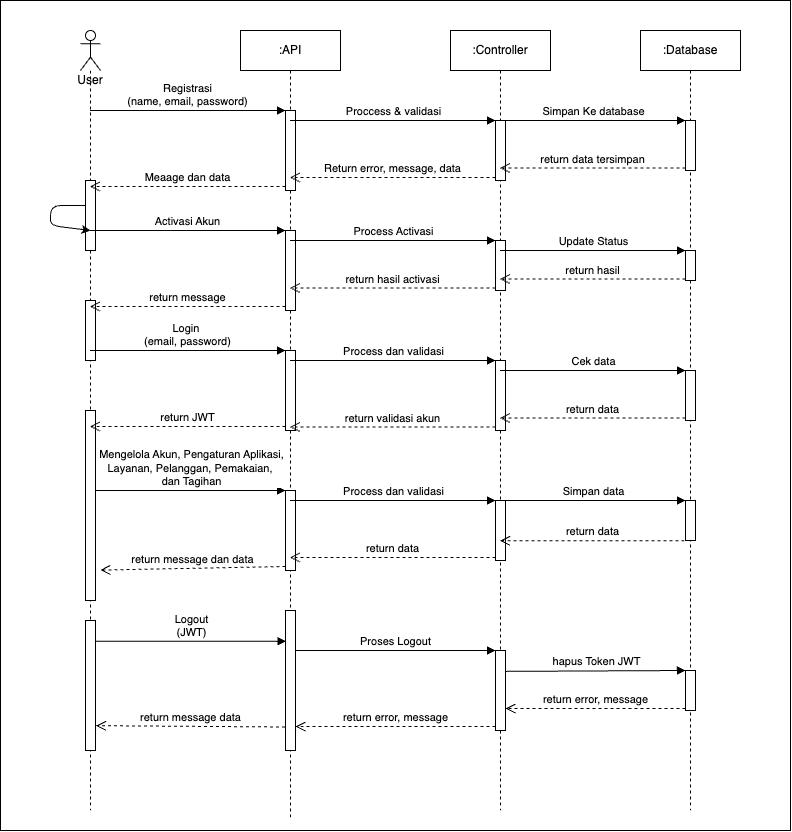
The draw.io diagram 1-install-dependensi/digram/sequence.drawio.png in jihadul4kbar/Express_React, before a commit. Source tidied: cells renumbered, new cells last; positions are measured from the earlier drawing's top-left corner, leaving out a move shared by most shapes. Source of this version:
```xml
<mxGraphModel>
  <root>
    <mxCell id="0" />
    <mxCell id="1" parent="0" />
    <mxCell id="2" style="rounded=0;whiteSpace=wrap;html=1;" parent="1" vertex="1">
      <mxGeometry width="790" height="830" as="geometry" />
    </mxCell>
    <mxCell id="3" value="User" style="shape=umlLifeline;participant=umlActor;perimeter=lifelinePerimeter;whiteSpace=wrap;html=1;verticalAlign=top;spacingTop=36;outlineConnect=0;" parent="1" vertex="1">
      <mxGeometry x="80" y="30" width="20" height="780" as="geometry" />
    </mxCell>
    <mxCell id="4" style="html=1;points=[];perimeter=orthogonalPerimeter;" parent="3" vertex="1">
      <mxGeometry x="5" y="150" width="10" height="70" as="geometry" />
    </mxCell>
    <mxCell id="5" style="edgeStyle=none;html=1;entryX=0.5;entryY=0.714;entryDx=0;entryDy=0;entryPerimeter=0;" parent="3" edge="1" source="4" target="4">
      <mxGeometry relative="1" as="geometry">
        <Array as="points">
          <mxPoint x="-30" y="190" />
        </Array>
      </mxGeometry>
    </mxCell>
    <mxCell id="6" style="html=1;perimeter=orthogonalPerimeter;" parent="3" vertex="1">
      <mxGeometry x="5" y="270" width="10" height="60" as="geometry" />
    </mxCell>
    <mxCell id="7" style="html=1;points=[];perimeter=orthogonalPerimeter;" parent="3" vertex="1">
      <mxGeometry x="5" y="380" width="10" height="190" as="geometry" />
    </mxCell>
    <mxCell id="8" style="html=1;points=[];perimeter=orthogonalPerimeter;" parent="3" vertex="1">
      <mxGeometry x="5" y="590" width="10" height="130" as="geometry" />
    </mxCell>
    <mxCell id="9" value=":API" style="shape=umlLifeline;perimeter=lifelinePerimeter;whiteSpace=wrap;html=1;outlineConnect=0;" parent="1" vertex="1">
      <mxGeometry x="240" y="30" width="100" height="790" as="geometry" />
    </mxCell>
    <mxCell id="10" style="html=1;points=[];perimeter=orthogonalPerimeter;" parent="9" vertex="1">
      <mxGeometry x="45" y="80" width="10" height="80" as="geometry" />
    </mxCell>
    <mxCell id="11" style="html=1;points=[];perimeter=orthogonalPerimeter;" parent="9" vertex="1">
      <mxGeometry x="45" y="200" width="10" height="80" as="geometry" />
    </mxCell>
    <mxCell id="12" style="html=1;points=[];perimeter=orthogonalPerimeter;" parent="9" vertex="1">
      <mxGeometry x="45" y="320" width="10" height="80" as="geometry" />
    </mxCell>
    <mxCell id="13" style="html=1;points=[];perimeter=orthogonalPerimeter;" parent="9" vertex="1">
      <mxGeometry x="45" y="460" width="10" height="80" as="geometry" />
    </mxCell>
    <mxCell id="14" style="html=1;points=[];perimeter=orthogonalPerimeter;" parent="9" vertex="1">
      <mxGeometry x="45" y="580" width="10" height="140" as="geometry" />
    </mxCell>
    <mxCell id="15" value=":Controller" style="shape=umlLifeline;perimeter=lifelinePerimeter;whiteSpace=wrap;html=1;outlineConnect=0;" parent="1" vertex="1">
      <mxGeometry x="450" y="30" width="100" height="780" as="geometry" />
    </mxCell>
    <mxCell id="16" style="html=1;points=[];perimeter=orthogonalPerimeter;" parent="15" vertex="1">
      <mxGeometry x="45" y="90" width="10" height="60" as="geometry" />
    </mxCell>
    <mxCell id="17" style="html=1;points=[];perimeter=orthogonalPerimeter;" parent="15" vertex="1">
      <mxGeometry x="45" y="210" width="10" height="50" as="geometry" />
    </mxCell>
    <mxCell id="18" style="html=1;points=[];perimeter=orthogonalPerimeter;" parent="15" vertex="1">
      <mxGeometry x="45" y="330" width="10" height="70" as="geometry" />
    </mxCell>
    <mxCell id="19" style="html=1;points=[];perimeter=orthogonalPerimeter;" parent="15" vertex="1">
      <mxGeometry x="45" y="470" width="10" height="60" as="geometry" />
    </mxCell>
    <mxCell id="20" style="html=1;points=[];perimeter=orthogonalPerimeter;" parent="15" vertex="1">
      <mxGeometry x="45" y="620" width="10" height="80" as="geometry" />
    </mxCell>
    <mxCell id="21" value=":Database" style="shape=umlLifeline;perimeter=lifelinePerimeter;whiteSpace=wrap;html=1;" parent="1" vertex="1">
      <mxGeometry x="640" y="30" width="100" height="780" as="geometry" />
    </mxCell>
    <mxCell id="22" style="html=1;points=[];perimeter=orthogonalPerimeter;" parent="21" vertex="1">
      <mxGeometry x="45" y="90" width="10" height="50" as="geometry" />
    </mxCell>
    <mxCell id="23" style="html=1;points=[];perimeter=orthogonalPerimeter;" parent="21" vertex="1">
      <mxGeometry x="45" y="220" width="10" height="30" as="geometry" />
    </mxCell>
    <mxCell id="24" style="html=1;points=[];perimeter=orthogonalPerimeter;" parent="21" vertex="1">
      <mxGeometry x="45" y="340" width="10" height="50" as="geometry" />
    </mxCell>
    <mxCell id="25" style="html=1;points=[];perimeter=orthogonalPerimeter;" parent="21" vertex="1">
      <mxGeometry x="45" y="470" width="10" height="40" as="geometry" />
    </mxCell>
    <mxCell id="26" style="html=1;points=[];perimeter=orthogonalPerimeter;" parent="21" vertex="1">
      <mxGeometry x="45" y="640" width="10" height="40" as="geometry" />
    </mxCell>
    <mxCell id="27" value="Registrasi&lt;br&gt;(name, email, password)" style="html=1;verticalAlign=bottom;endArrow=block;entryX=0;entryY=0;" parent="1" edge="1" source="3" target="10">
      <mxGeometry relative="1" as="geometry" />
    </mxCell>
    <mxCell id="28" value="Meaage dan data" style="html=1;verticalAlign=bottom;endArrow=open;dashed=1;endSize=8;exitX=0;exitY=0.95;" parent="1" edge="1" source="10" target="3">
      <mxGeometry relative="1" as="geometry" />
    </mxCell>
    <mxCell id="29" value="Proccess &amp;amp; validasi" style="html=1;verticalAlign=bottom;endArrow=block;entryX=0;entryY=0;" parent="1" edge="1" source="9" target="16">
      <mxGeometry relative="1" as="geometry" />
    </mxCell>
    <mxCell id="30" value="Return error, message, data" style="html=1;verticalAlign=bottom;endArrow=open;dashed=1;endSize=8;exitX=0;exitY=0.95;" parent="1" edge="1" source="16" target="9">
      <mxGeometry relative="1" as="geometry" />
    </mxCell>
    <mxCell id="31" value="Simpan Ke database" style="html=1;verticalAlign=bottom;endArrow=block;entryX=0;entryY=0;" parent="1" edge="1" source="15" target="22">
      <mxGeometry relative="1" as="geometry" />
    </mxCell>
    <mxCell id="32" value="return data tersimpan" style="html=1;verticalAlign=bottom;endArrow=open;dashed=1;endSize=8;exitX=0;exitY=0.95;" parent="1" edge="1" source="22" target="15">
      <mxGeometry relative="1" as="geometry" />
    </mxCell>
    <mxCell id="33" value="Activasi Akun" style="html=1;verticalAlign=bottom;endArrow=block;entryX=0;entryY=0;" parent="1" edge="1" source="3" target="11">
      <mxGeometry relative="1" as="geometry" />
    </mxCell>
    <mxCell id="34" value="Process Activasi" style="html=1;verticalAlign=bottom;endArrow=block;entryX=0;entryY=0;" parent="1" edge="1" source="9" target="17">
      <mxGeometry relative="1" as="geometry" />
    </mxCell>
    <mxCell id="35" value="Update Status" style="html=1;verticalAlign=bottom;endArrow=block;entryX=0;entryY=0;" parent="1" edge="1" source="15" target="23">
      <mxGeometry relative="1" as="geometry" />
    </mxCell>
    <mxCell id="36" value="return hasil" style="html=1;verticalAlign=bottom;endArrow=open;dashed=1;endSize=8;exitX=0;exitY=0.95;" parent="1" edge="1" source="23" target="15">
      <mxGeometry relative="1" as="geometry" />
    </mxCell>
    <mxCell id="37" value="return hasil activasi" style="html=1;verticalAlign=bottom;endArrow=open;dashed=1;endSize=8;exitX=0;exitY=0.95;" parent="1" edge="1" source="17" target="9">
      <mxGeometry relative="1" as="geometry" />
    </mxCell>
    <mxCell id="38" value="return message" style="html=1;verticalAlign=bottom;endArrow=open;dashed=1;endSize=8;exitX=0;exitY=0.95;" parent="1" edge="1" source="11" target="3">
      <mxGeometry relative="1" as="geometry" />
    </mxCell>
    <mxCell id="39" value="Login&amp;nbsp;&lt;br&gt;(email, password)" style="html=1;verticalAlign=bottom;endArrow=block;entryX=0;entryY=0;" parent="1" edge="1" source="3" target="12">
      <mxGeometry relative="1" as="geometry" />
    </mxCell>
    <mxCell id="40" value="Process dan validasi" style="html=1;verticalAlign=bottom;endArrow=block;entryX=0;entryY=0;" parent="1" edge="1" source="9" target="18">
      <mxGeometry relative="1" as="geometry" />
    </mxCell>
    <mxCell id="41" value="Cek data" style="html=1;verticalAlign=bottom;endArrow=block;entryX=0;entryY=0;" parent="1" edge="1" source="15" target="24">
      <mxGeometry relative="1" as="geometry" />
    </mxCell>
    <mxCell id="42" value="return data" style="html=1;verticalAlign=bottom;endArrow=open;dashed=1;endSize=8;exitX=0;exitY=0.95;" parent="1" edge="1" source="24" target="15">
      <mxGeometry relative="1" as="geometry" />
    </mxCell>
    <mxCell id="43" value="return validasi akun" style="html=1;verticalAlign=bottom;endArrow=open;dashed=1;endSize=8;exitX=0;exitY=0.95;" parent="1" edge="1" source="18" target="9">
      <mxGeometry relative="1" as="geometry" />
    </mxCell>
    <mxCell id="44" value="return JWT" style="html=1;verticalAlign=bottom;endArrow=open;dashed=1;endSize=8;exitX=0;exitY=0.95;" parent="1" edge="1" source="12" target="3">
      <mxGeometry relative="1" as="geometry" />
    </mxCell>
    <mxCell id="45" value="Mengelola Akun, Pengaturan Aplikasi,&lt;br&gt;Layanan, Pelanggan, Pemakaian,&amp;nbsp;&lt;br&gt;dan Tagihan" style="html=1;verticalAlign=bottom;endArrow=block;entryX=0;entryY=0;" parent="1" edge="1" source="7" target="13">
      <mxGeometry relative="1" as="geometry" />
    </mxCell>
    <mxCell id="46" value="Process dan validasi" style="html=1;verticalAlign=bottom;endArrow=block;entryX=0;entryY=0;" parent="1" edge="1" source="9" target="19">
      <mxGeometry relative="1" as="geometry">
        <Array as="points">
          <mxPoint x="390" y="500" />
        </Array>
      </mxGeometry>
    </mxCell>
    <mxCell id="47" value="Simpan data" style="html=1;verticalAlign=bottom;endArrow=block;entryX=0;entryY=0;" parent="1" edge="1" source="15" target="25">
      <mxGeometry relative="1" as="geometry" />
    </mxCell>
    <mxCell id="48" value="return data" style="html=1;verticalAlign=bottom;endArrow=open;dashed=1;endSize=8;exitX=-0.098;exitY=1.009;exitDx=0;exitDy=0;exitPerimeter=0;" parent="1" edge="1" source="25" target="15">
      <mxGeometry relative="1" as="geometry" />
    </mxCell>
    <mxCell id="49" value="return data" style="html=1;verticalAlign=bottom;endArrow=open;dashed=1;endSize=8;exitX=0;exitY=0.95;" parent="1" edge="1" source="19" target="9">
      <mxGeometry relative="1" as="geometry" />
    </mxCell>
    <mxCell id="50" value="return message dan data" style="html=1;verticalAlign=bottom;endArrow=open;dashed=1;endSize=8;exitX=0;exitY=0.95;entryX=1.485;entryY=0.84;entryDx=0;entryDy=0;entryPerimeter=0;" parent="1" edge="1" source="13" target="7">
      <mxGeometry relative="1" as="geometry" />
    </mxCell>
    <mxCell id="51" value="Logout&lt;br&gt;(JWT)" style="html=1;verticalAlign=bottom;endArrow=block;entryX=0.052;entryY=0.22;entryDx=0;entryDy=0;entryPerimeter=0;" parent="1" edge="1" source="8" target="14">
      <mxGeometry relative="1" as="geometry" />
    </mxCell>
    <mxCell id="52" value="return message data" style="html=1;verticalAlign=bottom;endArrow=open;dashed=1;endSize=8;exitX=-0.059;exitY=0.832;entryX=1.052;entryY=0.809;entryDx=0;entryDy=0;entryPerimeter=0;exitDx=0;exitDy=0;exitPerimeter=0;" parent="1" edge="1" source="14" target="8">
      <mxGeometry relative="1" as="geometry" />
    </mxCell>
    <mxCell id="53" value="Proses Logout" style="html=1;verticalAlign=bottom;endArrow=block;entryX=0;entryY=0;" parent="1" edge="1" source="14" target="20">
      <mxGeometry relative="1" as="geometry" />
    </mxCell>
    <mxCell id="54" value="return error, message" style="html=1;verticalAlign=bottom;endArrow=open;dashed=1;endSize=8;exitX=0;exitY=0.95;" parent="1" edge="1" source="20" target="14">
      <mxGeometry relative="1" as="geometry" />
    </mxCell>
    <mxCell id="55" value="return error, message" style="html=1;verticalAlign=bottom;endArrow=open;dashed=1;endSize=8;exitX=0;exitY=0.95;" parent="1" edge="1" source="26" target="20">
      <mxGeometry relative="1" as="geometry" />
    </mxCell>
    <mxCell id="56" value="hapus Token JWT" style="html=1;verticalAlign=bottom;endArrow=block;entryX=0;entryY=0;exitX=1.052;exitY=0.261;exitDx=0;exitDy=0;exitPerimeter=0;" parent="1" edge="1" source="20" target="26">
      <mxGeometry relative="1" as="geometry" />
    </mxCell>
  </root>
</mxGraphModel>
```
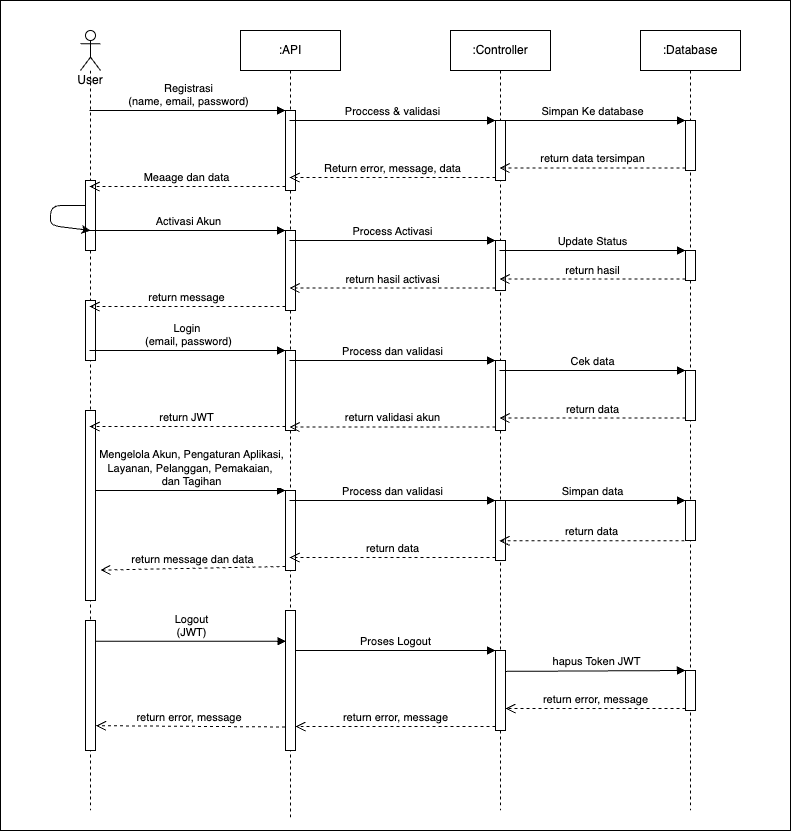
After the change.

Commit message:
updeate diagram

Change to the diagram source:
```diff
@@ -160,7 +160,7 @@
     <mxCell id="51" value="Logout&lt;br&gt;(JWT)" style="html=1;verticalAlign=bottom;endArrow=block;entryX=0.052;entryY=0.22;entryDx=0;entryDy=0;entryPerimeter=0;" parent="1" edge="1" source="8" target="14">
       <mxGeometry relative="1" as="geometry" />
     </mxCell>
-    <mxCell id="52" value="return message data" style="html=1;verticalAlign=bottom;endArrow=open;dashed=1;endSize=8;exitX=-0.059;exitY=0.832;entryX=1.052;entryY=0.809;entryDx=0;entryDy=0;entryPerimeter=0;exitDx=0;exitDy=0;exitPerimeter=0;" parent="1" edge="1" source="14" target="8">
+    <mxCell id="52" value="return error, message&amp;nbsp;" style="html=1;verticalAlign=bottom;endArrow=open;dashed=1;endSize=8;exitX=-0.059;exitY=0.832;entryX=1.052;entryY=0.809;entryDx=0;entryDy=0;entryPerimeter=0;exitDx=0;exitDy=0;exitPerimeter=0;" parent="1" edge="1" source="14" target="8">
       <mxGeometry relative="1" as="geometry" />
     </mxCell>
     <mxCell id="53" value="Proses Logout" style="html=1;verticalAlign=bottom;endArrow=block;entryX=0;entryY=0;" parent="1" edge="1" source="14" target="20">
```
